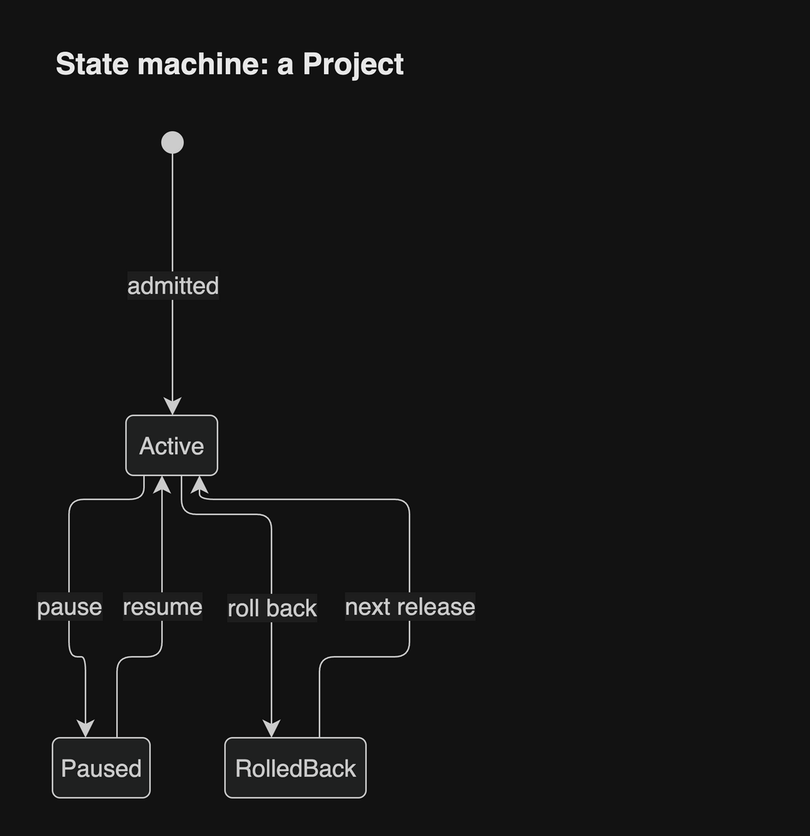
Earlier version of the draw.io export docs/diagrams/png/state-project.png (JorisJonkers-dev/estate-kit). Source tidied: cells renumbered, new cells last; positions are measured from the earlier drawing's top-left corner, leaving out a move shared by most shapes.
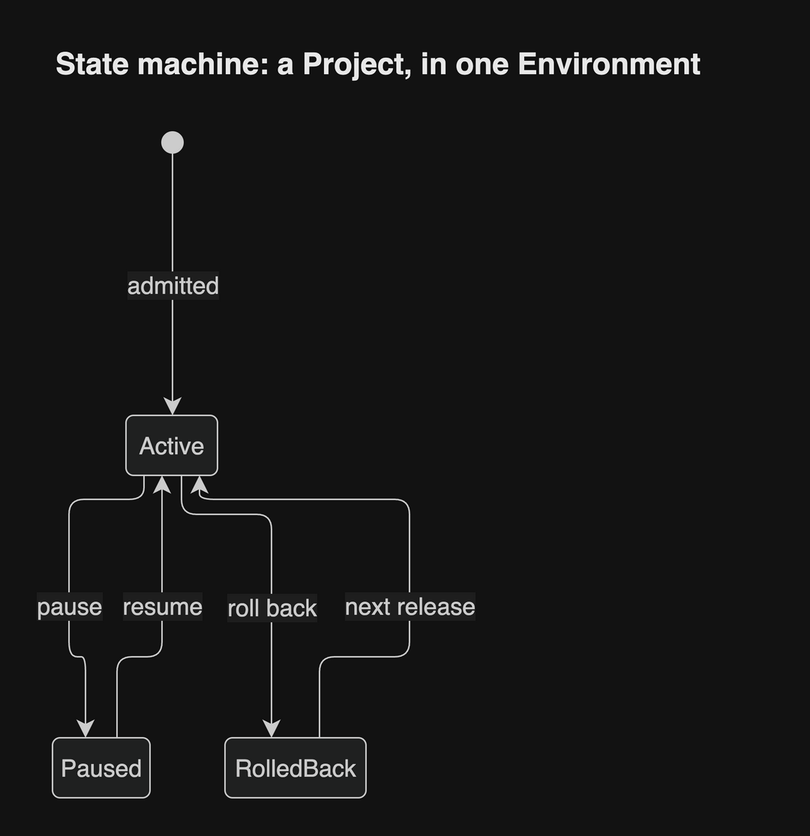
Above is the later version.

The edit, as a diff of the source:
```diff
@@ -61,7 +61,7 @@
         <mxPoint y="40" as="offset" />
       </mxGeometry>
     </mxCell>
-    <mxCell id="11" value="State machine: a Project" style="text;html=1;whiteSpace=wrap;align=left;verticalAlign=middle;fontSize=20;fontStyle=1;fontColor=light-dark(#1a1a1a,#e8e8e8);fontFamily=Helvetica;" parent="1" vertex="1">
+    <mxCell id="11" value="State machine: a Project, in one Environment" style="text;html=1;whiteSpace=wrap;align=left;verticalAlign=middle;fontSize=20;fontStyle=1;fontColor=light-dark(#1a1a1a,#e8e8e8);fontFamily=Helvetica;" parent="1" vertex="1">
       <mxGeometry width="480" height="36" as="geometry" />
     </mxCell>
   </root>
```
